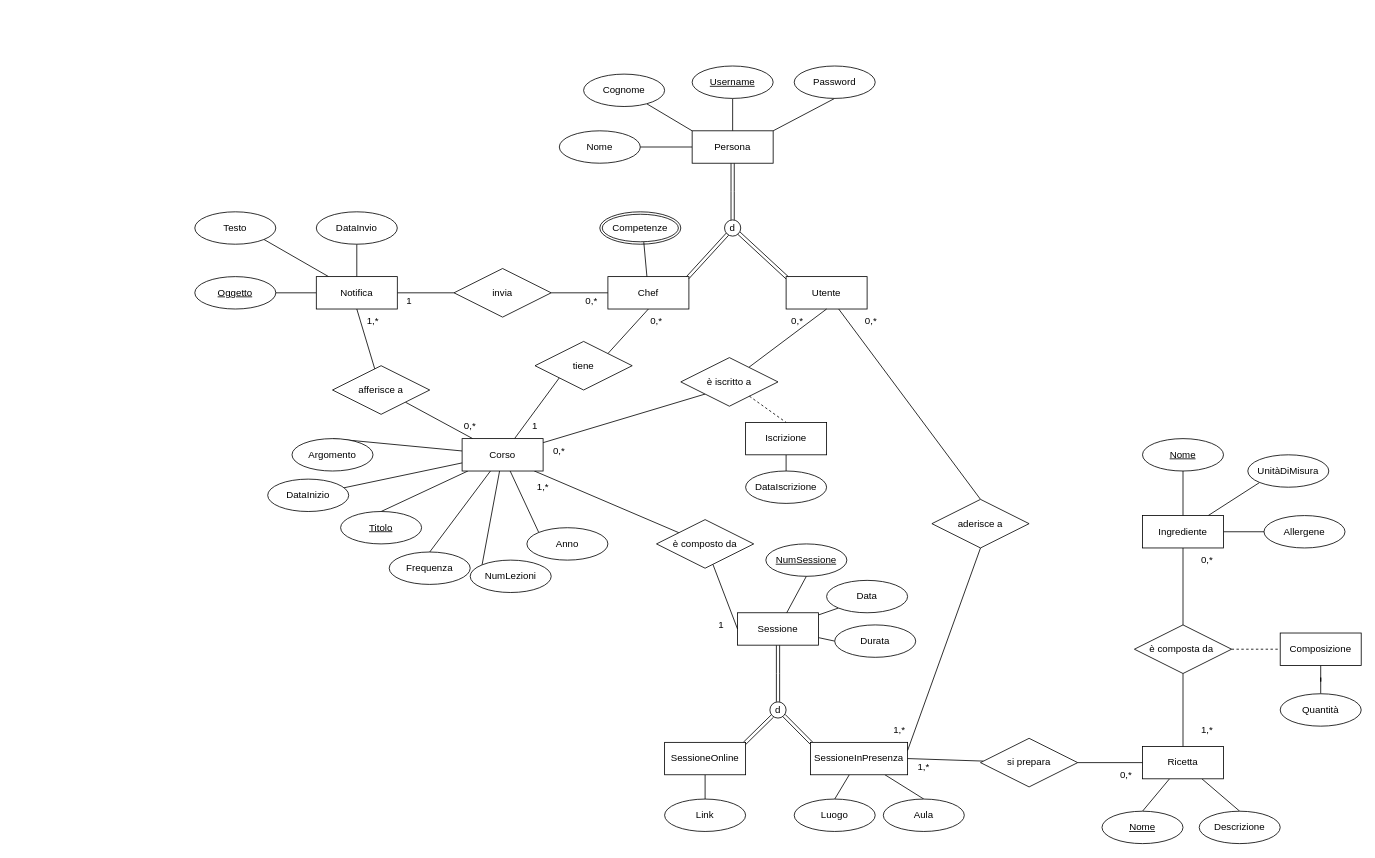
Above: Progetto Basi di Dati/Diagramma ER/ER.drawio in xFireFox27/UninaFoodLab (draw.io), before the change. Source tidied: cells renumbered, new cells numbered last; positions are measured from the earlier drawing's top-left corner, leaving out a move shared by most shapes. Both pictures are drawn from the tidied source at 81%, with x=0, y=0 at pixel (194, 66).
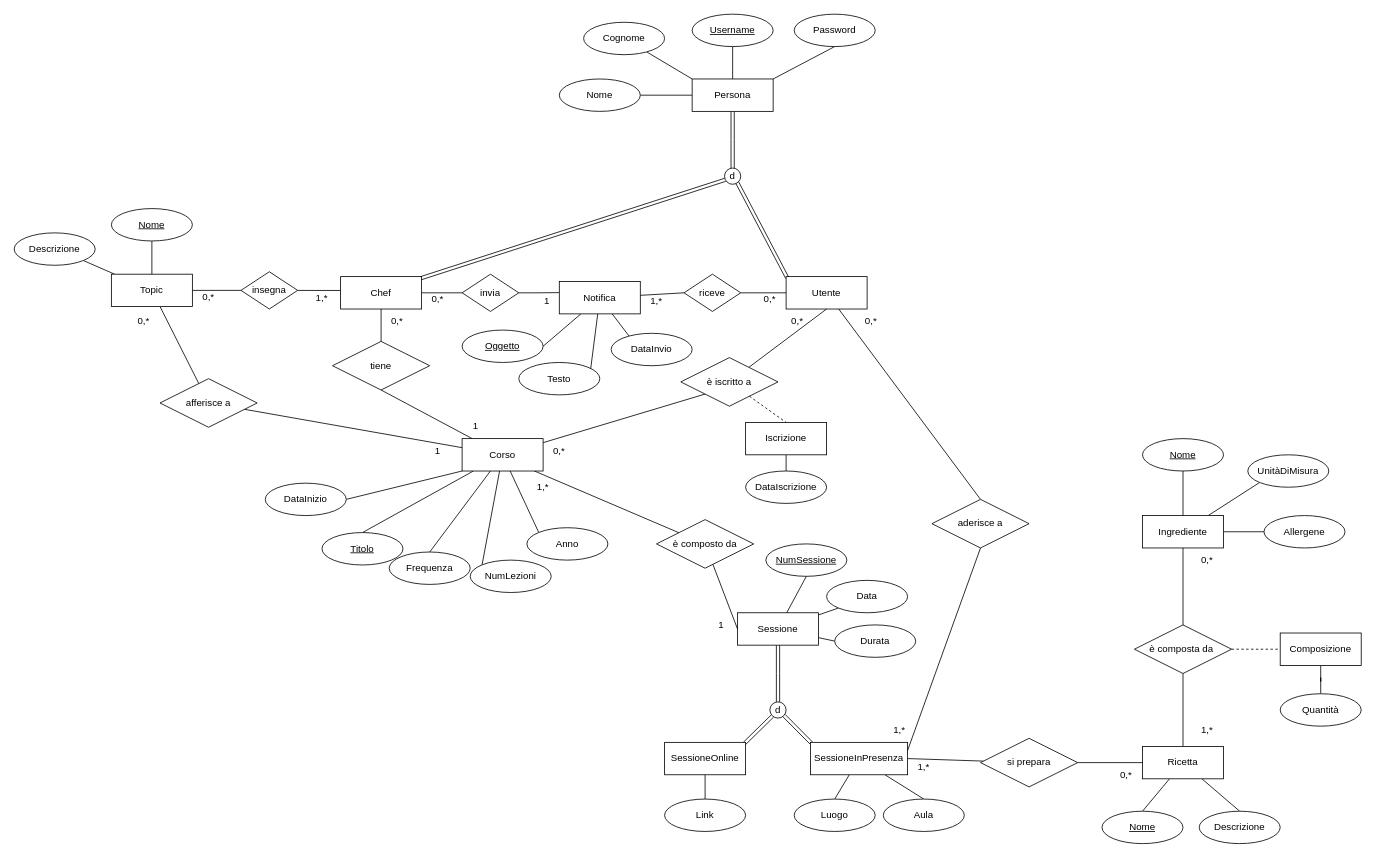
The same page after the edit.

The change refers to these unchanged cells:
```xml
<mxCell id="15" value="Utente" style="whiteSpace=wrap;html=1;align=center;" parent="1" vertex="1">
  <mxGeometry x="730" y="260" width="100" height="40" as="geometry" />
</mxCell>
<mxCell id="42" value="Corso" style="whiteSpace=wrap;html=1;align=center;" parent="1" vertex="1">
  <mxGeometry x="330" y="460" width="100" height="40" as="geometry" />
</mxCell>
```

What changed in the source:
```diff
@@
     <mxCell id="6" style="edgeStyle=orthogonalEdgeStyle;rounded=0;jettySize=auto;html=1;exitX=0.5;exitY=1;exitDx=0;exitDy=0;shape=link;" parent="1" edge="1" source="7">
       <mxGeometry relative="1" as="geometry">
-        <mxPoint x="664" y="190" as="targetPoint" />
+        <mxPoint x="664" y="126" as="targetPoint" />
       </mxGeometry>
     </mxCell>
     <mxCell id="7" value="Persona" style="whiteSpace=wrap;html=1;align=center;" parent="1" vertex="1">
-      <mxGeometry x="614" y="80" width="100" height="40" as="geometry" />
+      <mxGeometry x="614" y="16" width="100" height="40" as="geometry" />
     </mxCell>
     <mxCell id="8" value="Nome" style="ellipse;whiteSpace=wrap;html=1;align=center;" parent="1" vertex="1">
-      <mxGeometry x="450" y="80" width="100" height="40" as="geometry" />
+      <mxGeometry x="450" y="16" width="100" height="40" as="geometry" />
     </mxCell>
     <mxCell id="9" value="&lt;u&gt;Username&lt;/u&gt;" style="ellipse;whiteSpace=wrap;html=1;align=center;" parent="1" vertex="1">
-      <mxGeometry x="614" width="100" height="40" as="geometry" />
+      <mxGeometry x="614" y="-64" width="100" height="40" as="geometry" />
     </mxCell>
     <mxCell id="10" value="Password" style="ellipse;whiteSpace=wrap;html=1;align=center;" parent="1" vertex="1">
-      <mxGeometry x="740" width="100" height="40" as="geometry" />
+      <mxGeometry x="740" y="-64" width="100" height="40" as="geometry" />
     </mxCell>
     <mxCell id="11" value="Cognome" style="ellipse;whiteSpace=wrap;html=1;align=center;" parent="1" vertex="1">
-      <mxGeometry x="480" y="10" width="100" height="40" as="geometry" />
+      <mxGeometry x="480" y="-54" width="100" height="40" as="geometry" />
     </mxCell>
-    <mxCell id="12" style="edgeStyle=orthogonalEdgeStyle;rounded=0;jettySize=auto;html=1;entryX=1;entryY=0.5;entryDx=0;entryDy=0;endArrow=none;startFill=0;" parent="1" edge="1" source="13" target="23">
+    <mxCell id="12" style="edgeStyle=orthogonalEdgeStyle;rounded=0;jettySize=auto;html=1;entryX=0;entryY=0.5;entryDx=0;entryDy=0;endArrow=none;startFill=0;" parent="1" edge="1" source="13" target="23">
       <mxGeometry relative="1" as="geometry" />
     </mxCell>
     <mxCell id="13" value="Chef" style="whiteSpace=wrap;html=1;align=center;" parent="1" vertex="1">
-      <mxGeometry x="510" y="260" width="100" height="40" as="geometry" />
+      <mxGeometry x="180" y="260" width="100" height="40" as="geometry" />
     </mxCell>
@@
     <mxCell id="16" style="ellipse;whiteSpace=wrap;html=1;" parent="1" vertex="1">
-      <mxGeometry x="654" y="190" width="20" height="20" as="geometry" />
+      <mxGeometry x="654" y="126" width="20" height="20" as="geometry" />
     </mxCell>
-    <mxCell id="17" style="rounded=0;jettySize=auto;html=1;entryX=0.985;entryY=0.032;entryDx=0;entryDy=0;shape=link;exitX=0.18;exitY=0.88;exitDx=0;exitDy=0;exitPerimeter=0;entryPerimeter=0;" parent="1" edge="1" source="19" target="13">
+    <mxCell id="17" style="rounded=0;jettySize=auto;html=1;shape=link;exitX=0.044;exitY=0.723;exitDx=0;exitDy=0;exitPerimeter=0;entryX=0.992;entryY=0.049;entryDx=0;entryDy=0;entryPerimeter=0;" parent="1" edge="1" source="19" target="13">
       <mxGeometry relative="1" as="geometry" />
     </mxCell>
-    <mxCell id="18" style="rounded=0;jettySize=auto;html=1;exitX=0.881;exitY=0.812;exitDx=0;exitDy=0;entryX=0.013;entryY=0.035;entryDx=0;entryDy=0;shape=link;exitPerimeter=0;entryPerimeter=0;" parent="1" edge="1" source="19" target="15">
+    <mxCell id="18" style="rounded=0;jettySize=auto;html=1;exitX=0.782;exitY=0.892;exitDx=0;exitDy=0;entryX=0.013;entryY=0.035;entryDx=0;entryDy=0;shape=link;exitPerimeter=0;entryPerimeter=0;" parent="1" edge="1" source="19" target="15">
       <mxGeometry relative="1" as="geometry" />
     </mxCell>
     <mxCell id="19" value="d" style="text;strokeColor=none;align=center;fillColor=none;html=1;verticalAlign=middle;whiteSpace=wrap;rounded=0;" parent="1" vertex="1">
-      <mxGeometry x="654" y="190" width="20" height="20" as="geometry" />
+      <mxGeometry x="654" y="126" width="20" height="20" as="geometry" />
     </mxCell>
-    <mxCell id="20" value="Competenze" style="ellipse;shape=doubleEllipse;margin=3;whiteSpace=wrap;html=1;align=center;" parent="1" vertex="1">
-      <mxGeometry x="500" y="180" width="100" height="40" as="geometry" />
-    </mxCell>
-    <mxCell id="21" style="rounded=0;jettySize=auto;html=1;entryX=0.543;entryY=0.935;entryDx=0;entryDy=0;entryPerimeter=0;endArrow=none;startFill=0;" parent="1" edge="1" source="13" target="20">
-      <mxGeometry relative="1" as="geometry" />
-    </mxCell>
-    <mxCell id="22" style="edgeStyle=orthogonalEdgeStyle;rounded=0;jettySize=auto;html=1;entryX=1;entryY=0.5;entryDx=0;entryDy=0;endArrow=none;startFill=0;" parent="1" edge="1" source="23" target="27">
-      <mxGeometry relative="1" as="geometry" />
-    </mxCell>
-    <mxCell id="23" value="invia" style="shape=rhombus;perimeter=rhombusPerimeter;whiteSpace=wrap;html=1;align=center;" parent="1" vertex="1">
-      <mxGeometry x="320" y="250" width="120" height="60" as="geometry" />
-    </mxCell>
-    <mxCell id="24" style="edgeStyle=orthogonalEdgeStyle;rounded=0;jettySize=auto;html=1;entryX=0.5;entryY=1;entryDx=0;entryDy=0;endArrow=none;startFill=0;" parent="1" edge="1" source="27" target="30">
+    <mxCell id="24" style="rounded=0;jettySize=auto;html=1;entryX=0.5;entryY=1;entryDx=0;entryDy=0;endArrow=none;startFill=0;" parent="1" edge="1" source="27" target="30">
       <mxGeometry relative="1" as="geometry" />
     </mxCell>
-    <mxCell id="25" style="edgeStyle=orthogonalEdgeStyle;rounded=0;jettySize=auto;html=1;entryX=1;entryY=0.5;entryDx=0;entryDy=0;endArrow=none;startFill=0;" parent="1" edge="1" source="27" target="31">
+    <mxCell id="25" style="rounded=0;jettySize=auto;html=1;entryX=1;entryY=0.5;entryDx=0;entryDy=0;endArrow=none;startFill=0;" parent="1" edge="1" source="27" target="31">
       <mxGeometry relative="1" as="geometry" />
     </mxCell>
@@
+    <mxCell id="120" style="rounded=0;jettySize=auto;html=1;entryX=0;entryY=0.5;entryDx=0;entryDy=0;endArrow=none;startFill=0;" parent="1" edge="1" source="27" target="122">
+      <mxGeometry relative="1" as="geometry" />
+    </mxCell>
     <mxCell id="27" value="Notifica" style="whiteSpace=wrap;html=1;align=center;" parent="1" vertex="1">
-      <mxGeometry x="150" y="260" width="100" height="40" as="geometry" />
+      <mxGeometry x="450" y="266" width="100" height="40" as="geometry" />
     </mxCell>
     <mxCell id="28" value="1" style="text;strokeColor=none;align=center;fillColor=none;html=1;verticalAlign=middle;whiteSpace=wrap;rounded=0;" parent="1" vertex="1">
-      <mxGeometry x="240" y="280" width="50" height="20" as="geometry" />
+      <mxGeometry x="410" y="280" width="50" height="20" as="geometry" />
     </mxCell>
     <mxCell id="29" value="0,*" style="text;strokeColor=none;align=center;fillColor=none;html=1;verticalAlign=middle;whiteSpace=wrap;rounded=0;" parent="1" vertex="1">
-      <mxGeometry x="460" y="275" width="60" height="30" as="geometry" />
+      <mxGeometry x="270" y="273" width="60" height="30" as="geometry" />
     </mxCell>
     <mxCell id="30" value="DataInvio" style="ellipse;whiteSpace=wrap;html=1;align=center;" parent="1" vertex="1">
-      <mxGeometry x="150" y="180" width="100" height="40" as="geometry" />
+      <mxGeometry x="514" y="330" width="100" height="40" as="geometry" />
     </mxCell>
     <mxCell id="31" value="&lt;u&gt;Oggetto&lt;/u&gt;" style="ellipse;whiteSpace=wrap;html=1;align=center;" parent="1" vertex="1">
-      <mxGeometry y="260" width="100" height="40" as="geometry" />
+      <mxGeometry x="330" y="326" width="100" height="40" as="geometry" />
     </mxCell>
     <mxCell id="32" value="Testo" style="ellipse;whiteSpace=wrap;html=1;align=center;" parent="1" vertex="1">
-      <mxGeometry y="180" width="100" height="40" as="geometry" />
+      <mxGeometry x="400" y="366" width="100" height="40" as="geometry" />
     </mxCell>
-    <mxCell id="33" style="rounded=0;jettySize=auto;html=1;entryX=0.5;entryY=0;entryDx=0;entryDy=0;endArrow=none;startFill=0;" parent="1" edge="1" source="42" target="49">
-      <mxGeometry relative="1" as="geometry" />
-    </mxCell>
@@
-    <mxCell id="38" style="rounded=0;jettySize=auto;html=1;entryX=1;entryY=1;entryDx=0;entryDy=0;endArrow=none;startFill=0;" parent="1" edge="1" source="42" target="45">
-      <mxGeometry relative="1" as="geometry" />
-    </mxCell>
-    <mxCell id="39" style="rounded=0;jettySize=auto;html=1;entryX=0;entryY=1;entryDx=0;entryDy=0;endArrow=none;startFill=0;strokeColor=default;" parent="1" edge="1" source="42" target="47">
+    <mxCell id="39" style="rounded=0;jettySize=auto;html=1;entryX=0.5;entryY=1;entryDx=0;entryDy=0;endArrow=none;startFill=0;strokeColor=default;" parent="1" edge="1" source="42" target="47">
       <mxGeometry relative="1" as="geometry" />
     </mxCell>
@@
     <mxCell id="43" value="&lt;u&gt;Titolo&lt;/u&gt;" style="ellipse;whiteSpace=wrap;html=1;align=center;" parent="1" vertex="1">
-      <mxGeometry x="180" y="550" width="100" height="40" as="geometry" />
+      <mxGeometry x="157" y="576" width="100" height="40" as="geometry" />
     </mxCell>
-    <mxCell id="44" style="rounded=0;jettySize=auto;html=1;entryX=0.5;entryY=1;entryDx=0;entryDy=0;endArrow=none;startFill=0;" parent="1" edge="1" source="45" target="27">
-      <mxGeometry relative="1" as="geometry" />
-    </mxCell>
-    <mxCell id="45" value="afferisce a" style="shape=rhombus;perimeter=rhombusPerimeter;whiteSpace=wrap;html=1;align=center;" parent="1" vertex="1">
-      <mxGeometry x="170" y="370" width="120" height="60" as="geometry" />
-    </mxCell>
-    <mxCell id="46" style="rounded=0;jettySize=auto;html=1;exitX=1;exitY=0;exitDx=0;exitDy=0;entryX=0.5;entryY=1;entryDx=0;entryDy=0;endArrow=none;startFill=0;" parent="1" edge="1" source="47" target="13">
+    <mxCell id="46" style="rounded=0;jettySize=auto;html=1;exitX=0.5;exitY=0;exitDx=0;exitDy=0;entryX=0.5;entryY=1;entryDx=0;entryDy=0;endArrow=none;startFill=0;" parent="1" edge="1" source="47" target="13">
       <mxGeometry relative="1" as="geometry" />
     </mxCell>
     <mxCell id="47" value="tiene" style="shape=rhombus;perimeter=rhombusPerimeter;whiteSpace=wrap;html=1;align=center;" parent="1" vertex="1">
-      <mxGeometry x="420" y="340" width="120" height="60" as="geometry" />
+      <mxGeometry x="170" y="340" width="120" height="60" as="geometry" />
     </mxCell>
@@
-    <mxCell id="49" value="Argomento" style="ellipse;whiteSpace=wrap;html=1;align=center;" parent="1" vertex="1">
-      <mxGeometry x="120" y="460" width="100" height="40" as="geometry" />
-    </mxCell>
@@
-    <mxCell id="52" value="0,*" style="text;strokeColor=none;align=center;fillColor=none;html=1;verticalAlign=middle;whiteSpace=wrap;rounded=0;" parent="1" vertex="1">
-      <mxGeometry x="310" y="430" width="60" height="30" as="geometry" />
-    </mxCell>
-    <mxCell id="53" value="1,*" style="text;strokeColor=none;align=center;fillColor=none;html=1;verticalAlign=middle;whiteSpace=wrap;rounded=0;" parent="1" vertex="1">
-      <mxGeometry x="190" y="300" width="60" height="30" as="geometry" />
-    </mxCell>
     <mxCell id="54" value="1" style="text;strokeColor=none;align=center;fillColor=none;html=1;verticalAlign=middle;whiteSpace=wrap;rounded=0;" parent="1" vertex="1">
-      <mxGeometry x="390" y="430" width="60" height="30" as="geometry" />
+      <mxGeometry x="317" y="430" width="60" height="30" as="geometry" />
     </mxCell>
     <mxCell id="55" value="0,*" style="text;strokeColor=none;align=center;fillColor=none;html=1;verticalAlign=middle;whiteSpace=wrap;rounded=0;" parent="1" vertex="1">
-      <mxGeometry x="540" y="300" width="60" height="30" as="geometry" />
+      <mxGeometry x="220" y="300" width="60" height="30" as="geometry" />
     </mxCell>
@@
-    <mxCell id="118" style="rounded=0;jettySize=auto;html=1;entryX=0;entryY=0.75;entryDx=0;entryDy=0;endArrow=none;startFill=0;" parent="1" edge="1" source="119" target="42">
+    <mxCell id="118" style="rounded=0;jettySize=auto;html=1;entryX=0;entryY=1;entryDx=0;entryDy=0;endArrow=none;startFill=0;exitX=1;exitY=0.5;exitDx=0;exitDy=0;" parent="1" edge="1" source="119" target="42">
       <mxGeometry relative="1" as="geometry" />
     </mxCell>
     <mxCell id="119" value="DataInizio" style="ellipse;whiteSpace=wrap;html=1;align=center;" parent="1" vertex="1">
-      <mxGeometry x="90" y="510" width="100" height="40" as="geometry" />
+      <mxGeometry x="87" y="515" width="100" height="40" as="geometry" />
     </mxCell>
+    <mxCell id="23" value="invia" style="shape=rhombus;perimeter=rhombusPerimeter;whiteSpace=wrap;html=1;align=center;" parent="1" vertex="1">
+      <mxGeometry x="330" y="257" width="70" height="46" as="geometry" />
+    </mxCell>
+    <mxCell id="22" style="edgeStyle=orthogonalEdgeStyle;rounded=0;jettySize=auto;html=1;endArrow=none;startFill=0;entryX=-0.004;entryY=0.344;entryDx=0;entryDy=0;entryPerimeter=0;" parent="1" edge="1" source="23" target="27">
+      <mxGeometry relative="1" as="geometry" />
+    </mxCell>
+    <mxCell id="121" style="edgeStyle=orthogonalEdgeStyle;rounded=0;jettySize=auto;html=1;entryX=0;entryY=0.5;entryDx=0;entryDy=0;endArrow=none;startFill=0;" parent="1" edge="1" source="122" target="15">
+      <mxGeometry relative="1" as="geometry" />
+    </mxCell>
+    <mxCell id="122" value="riceve" style="shape=rhombus;perimeter=rhombusPerimeter;whiteSpace=wrap;html=1;align=center;" parent="1" vertex="1">
+      <mxGeometry x="604" y="257" width="70" height="46" as="geometry" />
+    </mxCell>
+    <mxCell id="123" value="1,*" style="text;strokeColor=none;align=center;fillColor=none;html=1;verticalAlign=middle;whiteSpace=wrap;rounded=0;" parent="1" vertex="1">
+      <mxGeometry x="540" y="275" width="60" height="30" as="geometry" />
+    </mxCell>
+    <mxCell id="124" value="0,*" style="text;strokeColor=none;align=center;fillColor=none;html=1;verticalAlign=middle;whiteSpace=wrap;rounded=0;" parent="1" vertex="1">
+      <mxGeometry x="680" y="273" width="60" height="30" as="geometry" />
+    </mxCell>
+    <mxCell id="125" style="edgeStyle=orthogonalEdgeStyle;rounded=0;jettySize=auto;html=1;entryX=0;entryY=0.5;entryDx=0;entryDy=0;endArrow=none;startFill=0;" parent="1" edge="1" source="129" target="131">
+      <mxGeometry relative="1" as="geometry" />
+    </mxCell>
+    <mxCell id="126" style="edgeStyle=orthogonalEdgeStyle;rounded=0;jettySize=auto;html=1;entryX=0.5;entryY=1;entryDx=0;entryDy=0;endArrow=none;startFill=0;" parent="1" edge="1" source="129" target="134">
+      <mxGeometry relative="1" as="geometry" />
+    </mxCell>
+    <mxCell id="127" style="rounded=0;jettySize=auto;html=1;entryX=1;entryY=1;entryDx=0;entryDy=0;endArrow=none;startFill=0;" parent="1" edge="1" source="129" target="135">
+      <mxGeometry relative="1" as="geometry" />
+    </mxCell>
+    <mxCell id="128" style="rounded=0;jettySize=auto;html=1;endArrow=none;startFill=0;" parent="1" edge="1" source="129" target="45">
+      <mxGeometry relative="1" as="geometry" />
+    </mxCell>
+    <mxCell id="129" value="Topic" style="whiteSpace=wrap;html=1;align=center;" parent="1" vertex="1">
+      <mxGeometry x="-103" y="257" width="100" height="40" as="geometry" />
+    </mxCell>
+    <mxCell id="130" style="rounded=0;jettySize=auto;html=1;entryX=-0.004;entryY=0.428;entryDx=0;entryDy=0;endArrow=none;startFill=0;entryPerimeter=0;" parent="1" edge="1" source="131" target="13">
+      <mxGeometry relative="1" as="geometry" />
+    </mxCell>
+    <mxCell id="131" value="insegna" style="shape=rhombus;perimeter=rhombusPerimeter;whiteSpace=wrap;html=1;align=center;" parent="1" vertex="1">
+      <mxGeometry x="57" y="254" width="70" height="46" as="geometry" />
+    </mxCell>
+    <mxCell id="132" value="0,*" style="text;strokeColor=none;align=center;fillColor=none;html=1;verticalAlign=middle;whiteSpace=wrap;rounded=0;" parent="1" vertex="1">
+      <mxGeometry x="-13" y="270" width="60" height="30" as="geometry" />
+    </mxCell>
+    <mxCell id="133" value="1,*" style="text;strokeColor=none;align=center;fillColor=none;html=1;verticalAlign=middle;whiteSpace=wrap;rounded=0;" parent="1" vertex="1">
+      <mxGeometry x="127" y="271" width="60" height="30" as="geometry" />
+    </mxCell>
+    <mxCell id="134" value="&lt;u&gt;Nome&lt;/u&gt;" style="ellipse;whiteSpace=wrap;html=1;align=center;" parent="1" vertex="1">
+      <mxGeometry x="-103" y="176" width="100" height="40" as="geometry" />
+    </mxCell>
+    <mxCell id="135" value="Descrizione" style="ellipse;whiteSpace=wrap;html=1;align=center;" parent="1" vertex="1">
+      <mxGeometry x="-223" y="206" width="100" height="40" as="geometry" />
+    </mxCell>
+    <mxCell id="136" style="rounded=0;jettySize=auto;html=1;endArrow=none;startFill=0;" parent="1" edge="1" source="45" target="42">
+      <mxGeometry relative="1" as="geometry" />
+    </mxCell>
+    <mxCell id="45" value="afferisce a" style="shape=rhombus;perimeter=rhombusPerimeter;whiteSpace=wrap;html=1;align=center;" parent="1" vertex="1">
+      <mxGeometry x="-43" y="386" width="120" height="60" as="geometry" />
+    </mxCell>
+    <mxCell id="137" value="0,*" style="text;strokeColor=none;align=center;fillColor=none;html=1;verticalAlign=middle;whiteSpace=wrap;rounded=0;" parent="1" vertex="1">
+      <mxGeometry x="-93" y="300" width="60" height="30" as="geometry" />
+    </mxCell>
+    <mxCell id="138" value="1" style="text;strokeColor=none;align=center;fillColor=none;html=1;verticalAlign=middle;whiteSpace=wrap;rounded=0;" parent="1" vertex="1">
+      <mxGeometry x="270" y="460" width="60" height="30" as="geometry" />
+    </mxCell>
```
